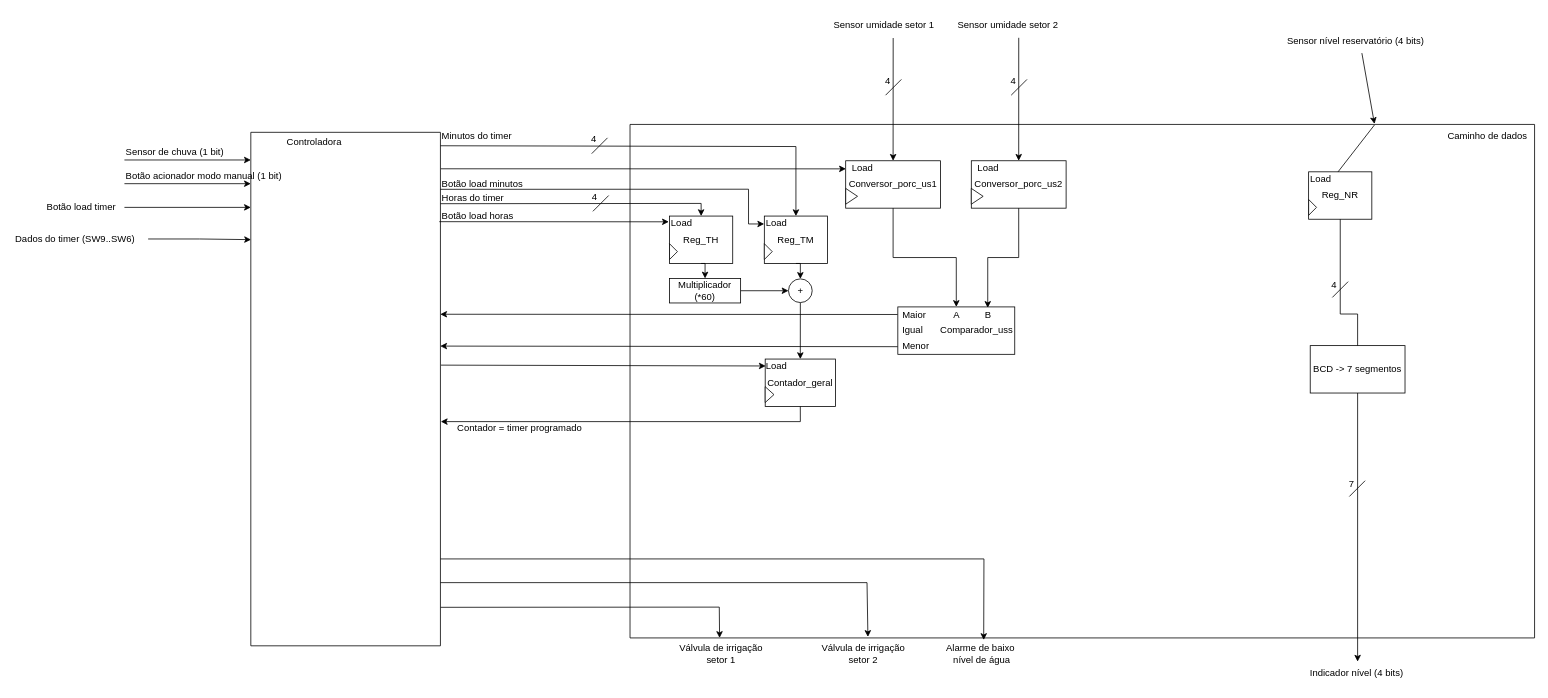
The draw.io diagram page "Caminho de dados" (4 of 4) of docs/diagramas.drawio in bbiancalopess/fsm-sistema-irrigacao, before the edit. Source tidied: cells renumbered, new cells numbered last; positions are measured from the earlier drawing's top-left corner, leaving out a move shared by most shapes. Both pictures are drawn from the tidied source at 79%, with x=0, y=0 at pixel (13, 13).
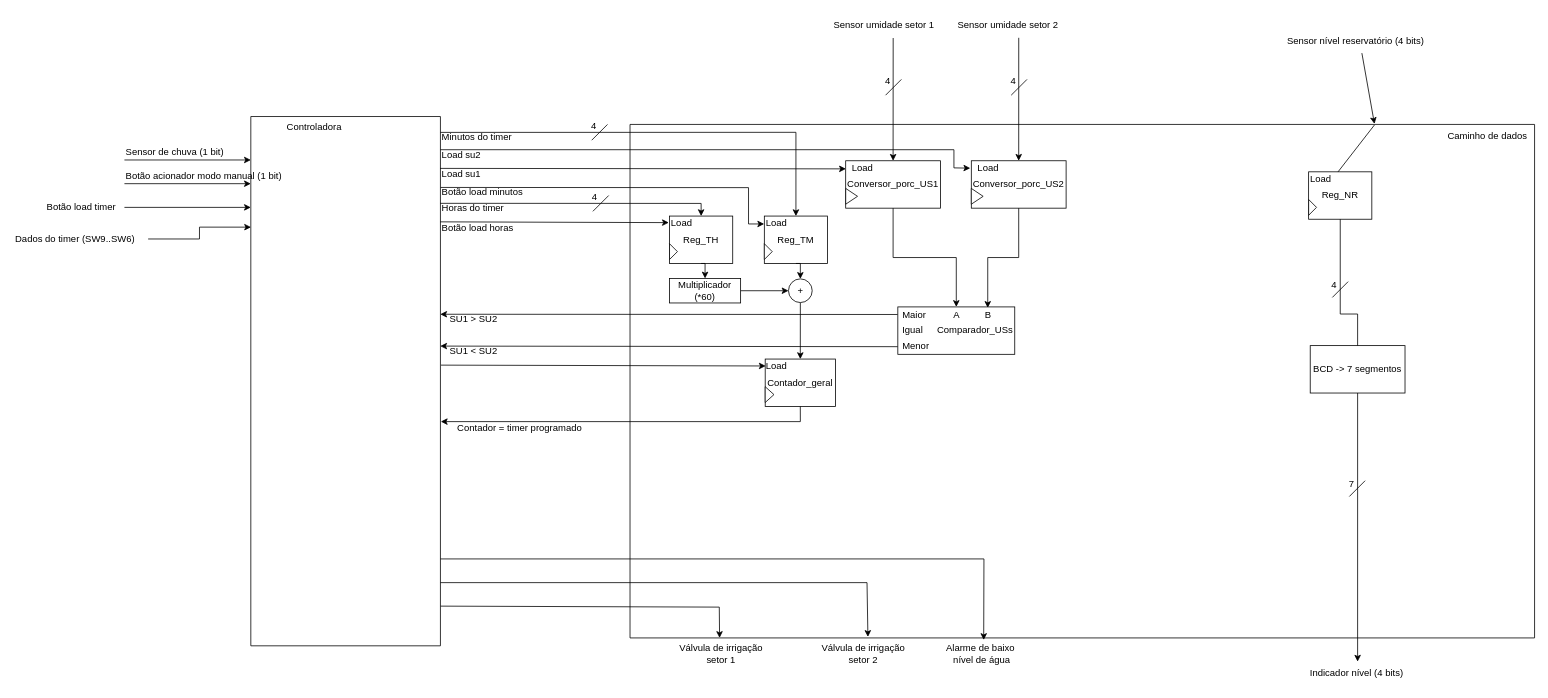
The same diagram, later.

Unchanged cells that the change refers to:
```xml
<mxCell id="2" style="swimlane;startSize=0;" parent="1" vertex="1">
  <mxGeometry x="780" y="140" width="1145" height="650" as="geometry" />
</mxCell>
<mxCell id="5" value="Reg_TH" style="rounded=0;whiteSpace=wrap;html=1;" parent="4" vertex="1">
  <mxGeometry x="10" y="6" width="80" height="60" as="geometry" />
</mxCell>
<mxCell id="21" value="Reg_TM" style="rounded=0;whiteSpace=wrap;html=1;" parent="20" vertex="1">
  <mxGeometry x="10" y="6" width="80" height="60" as="geometry" />
</mxCell>
<mxCell id="37" style="group;" parent="2" vertex="1">
  <mxGeometry x="258" y="40" width="135" height="91" as="geometry" />
</mxCell>
<mxCell id="41" style="group;" parent="2" vertex="1">
  <mxGeometry x="417" y="40" width="135" height="91" as="geometry" />
</mxCell>
<mxCell id="47" style="group;" parent="2" vertex="1">
  <mxGeometry x="339" y="226" width="148" height="70" as="geometry" />
</mxCell>
```

Diff of the diagram source:
```diff
@@
-    <mxCell id="24" style="endArrow=classic;html=1;rounded=0;exitX=1.003;exitY=0.121;exitDx=0;exitDy=0;exitPerimeter=0;entryX=0.5;entryY=0;entryDx=0;entryDy=0;" parent="2" edge="1" target="21">
-      <mxGeometry relative="1" as="geometry">
-        <mxPoint x="-240" y="27" as="sourcePoint" />
-        <Array as="points">
-          <mxPoint x="210" y="28" />
-        </Array>
-      </mxGeometry>
-    </mxCell>
-    <mxCell id="25" style="endArrow=classic;html=1;rounded=0;exitX=0.999;exitY=0.111;exitDx=0;exitDy=0;exitPerimeter=0;entryX=-0.002;entryY=0.167;entryDx=0;entryDy=0;entryPerimeter=0;" parent="2" edge="1" source="69">
+    <mxCell id="25" style="endArrow=classic;html=1;rounded=0;exitX=1.001;exitY=0.134;exitDx=0;exitDy=0;exitPerimeter=0;entryX=-0.002;entryY=0.167;entryDx=0;entryDy=0;entryPerimeter=0;" parent="2" edge="1" source="69">
       <mxGeometry relative="1" as="geometry">
         <mxPoint x="169.8" y="126" as="targetPoint" />
         <Array as="points">
-          <mxPoint x="150" y="82" />
+          <mxPoint x="150" y="80" />
           <mxPoint x="150" y="126" />
         </Array>
       </mxGeometry>
     </mxCell>
@@
-    <mxCell id="38" value="Conversor_porc_us1" style="rounded=0;whiteSpace=wrap;html=1;" parent="37" vertex="1">
+    <mxCell id="38" value="Conversor_porc_US1" style="rounded=0;whiteSpace=wrap;html=1;" parent="37" vertex="1">
       <mxGeometry x="15" y="6" width="120" height="60" as="geometry" />
     </mxCell>
@@
-    <mxCell id="42" value="Conversor_porc_us2" style="rounded=0;whiteSpace=wrap;html=1;" parent="41" vertex="1">
+    <mxCell id="42" value="Conversor_porc_US2" style="rounded=0;whiteSpace=wrap;html=1;" parent="41" vertex="1">
       <mxGeometry x="15" y="6" width="120" height="60" as="geometry" />
     </mxCell>
@@
-    <mxCell id="48" value="Comparador_uss" style="rounded=0;whiteSpace=wrap;html=1;align=right;" parent="47" vertex="1">
+    <mxCell id="48" value="Comparador_USs" style="rounded=0;whiteSpace=wrap;html=1;align=right;" parent="47" vertex="1">
       <mxGeometry y="5" width="148" height="60" as="geometry" />
     </mxCell>
@@
     <mxCell id="69" style="swimlane;startSize=0;" parent="1" vertex="1">
-      <mxGeometry x="300" y="150" width="240" height="650" as="geometry" />
+      <mxGeometry x="300" y="130" width="240" height="670" as="geometry" />
     </mxCell>
@@
-    <mxCell id="71" style="endArrow=classic;html=1;rounded=0;exitX=0.994;exitY=0.174;exitDx=0;exitDy=0;exitPerimeter=0;entryX=-0.011;entryY=0.121;entryDx=0;entryDy=0;entryPerimeter=0;" parent="1" edge="1" source="69" target="5">
-      <mxGeometry relative="1" as="geometry" />
+    <mxCell id="71" style="endArrow=classic;html=1;rounded=0;exitX=0.999;exitY=0.199;exitDx=0;exitDy=0;exitPerimeter=0;entryX=-0.011;entryY=0.121;entryDx=0;entryDy=0;entryPerimeter=0;" parent="1" edge="1" source="69">
+      <mxGeometry relative="1" as="geometry">
+        <mxPoint x="829.1" y="264.3" as="targetPoint" />
+      </mxGeometry>
     </mxCell>
@@
     <mxCell id="74" value="&lt;font&gt;Botão load horas&lt;/font&gt;" style="text;html=1;align=left;verticalAlign=middle;strokeColor=none;fillColor=none;fontSize=12;" parent="1" vertex="1">
-      <mxGeometry x="540" y="241" width="110" height="30" as="geometry" />
+      <mxGeometry x="540" y="256" width="110" height="30" as="geometry" />
     </mxCell>
@@
-    <mxCell id="80" style="endArrow=classic;html=1;rounded=0;exitX=1;exitY=0.139;exitDx=0;exitDy=0;exitPerimeter=0;entryX=0.5;entryY=0;entryDx=0;entryDy=0;" parent="1" edge="1" source="69" target="5">
+    <mxCell id="80" style="endArrow=classic;html=1;rounded=0;exitX=0.999;exitY=0.164;exitDx=0;exitDy=0;exitPerimeter=0;entryX=0.5;entryY=0;entryDx=0;entryDy=0;" parent="1" edge="1" source="69" target="5">
       <mxGeometry relative="1" as="geometry">
         <Array as="points">
           <mxPoint x="870" y="240" />
         </Array>
       </mxGeometry>
     </mxCell>
     <mxCell id="81" value="&lt;font&gt;Horas do timer&lt;/font&gt;" style="text;html=1;align=left;verticalAlign=middle;strokeColor=none;fillColor=none;fontSize=12;" parent="1" vertex="1">
-      <mxGeometry x="540" y="218" width="100" height="30" as="geometry" />
+      <mxGeometry x="540" y="231" width="100" height="30" as="geometry" />
     </mxCell>
     <mxCell id="82" value="&lt;font&gt;Minutos do timer&lt;/font&gt;" style="text;html=1;align=left;verticalAlign=middle;strokeColor=none;fillColor=none;fontSize=12;" parent="1" vertex="1">
-      <mxGeometry x="540" y="140" width="110" height="30" as="geometry" />
+      <mxGeometry x="540" y="141" width="110" height="30" as="geometry" />
     </mxCell>
     <mxCell id="83" value="&lt;font&gt;Botão load minutos&lt;/font&gt;" style="text;html=1;align=left;verticalAlign=middle;strokeColor=none;fillColor=none;fontSize=12;" parent="1" vertex="1">
-      <mxGeometry x="540" y="201" width="130" height="30" as="geometry" />
+      <mxGeometry x="540" y="211" width="130" height="30" as="geometry" />
     </mxCell>
     <mxCell id="84" style="endArrow=none;html=1;rounded=0;" parent="1" edge="1">
       <mxGeometry relative="1" as="geometry">
-        <mxPoint x="731.5" y="177" as="sourcePoint" />
-        <mxPoint x="751.5" y="157" as="targetPoint" />
+        <mxPoint x="731.5" y="160" as="sourcePoint" />
+        <mxPoint x="751.5" y="140" as="targetPoint" />
       </mxGeometry>
     </mxCell>
     <mxCell id="85" value="4" style="text;html=1;align=center;verticalAlign=middle;strokeColor=none;fillColor=none;" parent="1" vertex="1">
-      <mxGeometry x="718.5" y="144" width="30" height="30" as="geometry" />
+      <mxGeometry x="718.5" y="127" width="30" height="30" as="geometry" />
     </mxCell>
@@
-    <mxCell id="95" style="endArrow=classic;html=1;rounded=0;entryX=0.002;entryY=0.171;entryDx=0;entryDy=0;entryPerimeter=0;exitX=1.002;exitY=0.071;exitDx=0;exitDy=0;exitPerimeter=0;" parent="1" edge="1" source="69" target="38">
+    <mxCell id="95" style="endArrow=classic;html=1;rounded=0;entryX=0.002;entryY=0.171;entryDx=0;entryDy=0;entryPerimeter=0;exitX=0.998;exitY=0.098;exitDx=0;exitDy=0;exitPerimeter=0;" parent="1" edge="1" source="69" target="38">
       <mxGeometry relative="1" as="geometry" />
     </mxCell>
+    <mxCell id="24" style="endArrow=classic;html=1;rounded=0;exitX=1;exitY=0.03;exitDx=0;exitDy=0;exitPerimeter=0;entryX=0.5;entryY=0;entryDx=0;entryDy=0;" parent="1" edge="1" source="69" target="21">
+      <mxGeometry relative="1" as="geometry">
+        <Array as="points">
+          <mxPoint x="990" y="150" />
+        </Array>
+      </mxGeometry>
+    </mxCell>
+    <mxCell id="96" style="endArrow=classic;html=1;rounded=0;entryX=-0.011;entryY=0.156;entryDx=0;entryDy=0;entryPerimeter=0;exitX=1.005;exitY=0.101;exitDx=0;exitDy=0;exitPerimeter=0;" parent="1" edge="1" target="42">
+      <mxGeometry relative="1" as="geometry">
+        <mxPoint x="540" y="172" as="sourcePoint" />
+        <Array as="points">
+          <mxPoint x="1190" y="172" />
+          <mxPoint x="1190" y="195" />
+        </Array>
+      </mxGeometry>
+    </mxCell>
+    <mxCell id="97" value="Load su2" style="text;html=1;align=left;verticalAlign=middle;strokeColor=none;fillColor=none;fontSize=12;" parent="1" vertex="1">
+      <mxGeometry x="540" y="164" width="70" height="30" as="geometry" />
+    </mxCell>
+    <mxCell id="98" value="Load su1" style="text;html=1;align=left;verticalAlign=middle;strokeColor=none;fillColor=none;fontSize=12;" parent="1" vertex="1">
+      <mxGeometry x="540" y="188" width="70" height="30" as="geometry" />
+    </mxCell>
+    <mxCell id="99" value="SU1 &amp;gt; SU2" style="text;html=1;align=left;verticalAlign=middle;strokeColor=none;fillColor=none;fontSize=12;" parent="1" vertex="1">
+      <mxGeometry x="550" y="372" width="80" height="30" as="geometry" />
+    </mxCell>
+    <mxCell id="100" value="SU1 &amp;lt; SU2" style="text;html=1;align=left;verticalAlign=middle;strokeColor=none;fillColor=none;fontSize=12;" parent="1" vertex="1">
+      <mxGeometry x="550" y="412" width="80" height="30" as="geometry" />
+    </mxCell>
```
